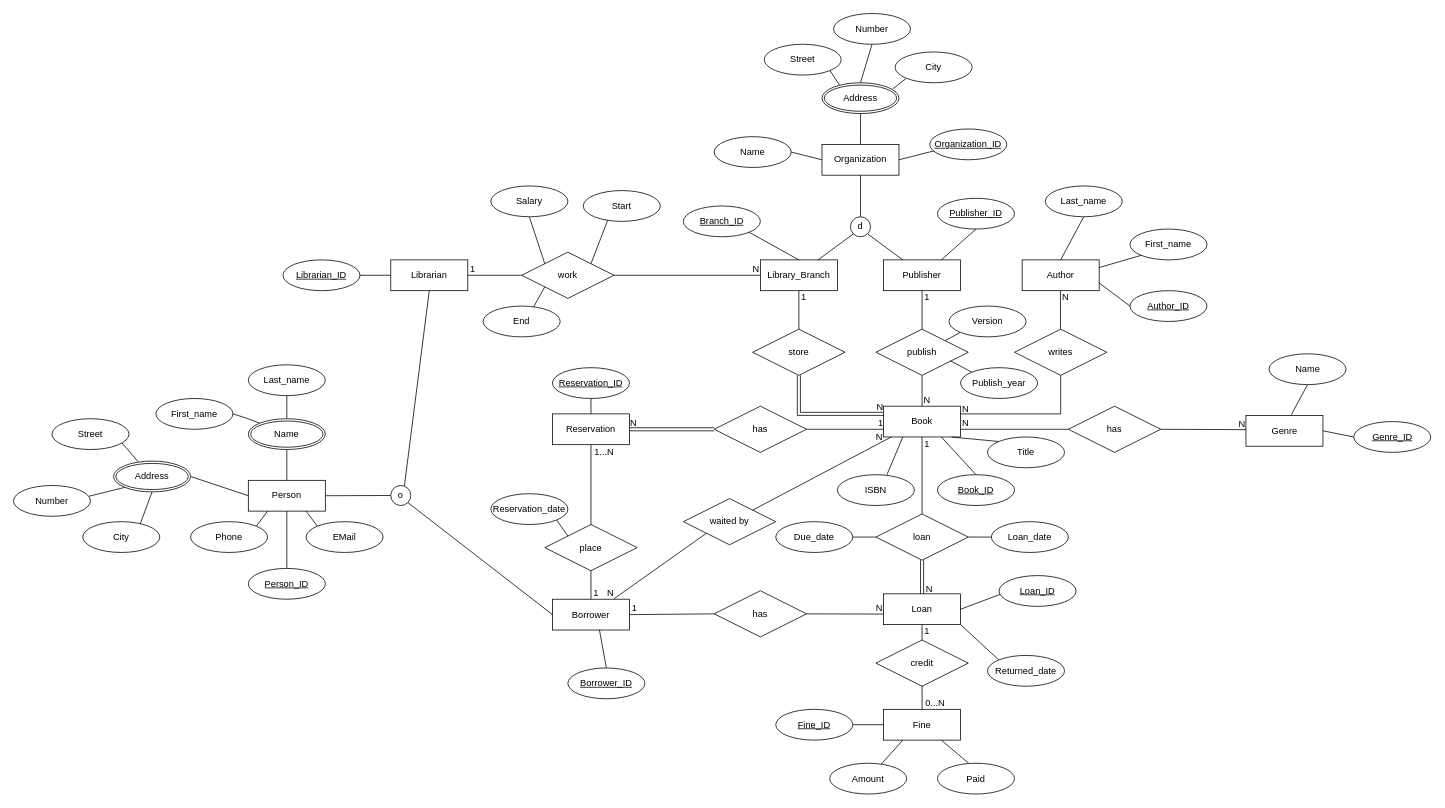
The draw.io diagram ERM/ERM-Diagramm.drawio in YouAndMEME/sose23-database, before the edit. Source tidied: cells renumbered, new cells numbered last; positions are measured from the earlier drawing's top-left corner, leaving out a move shared by most shapes. Both pictures are drawn from the tidied source at 77%, with x=0, y=0 at pixel (13, 13).
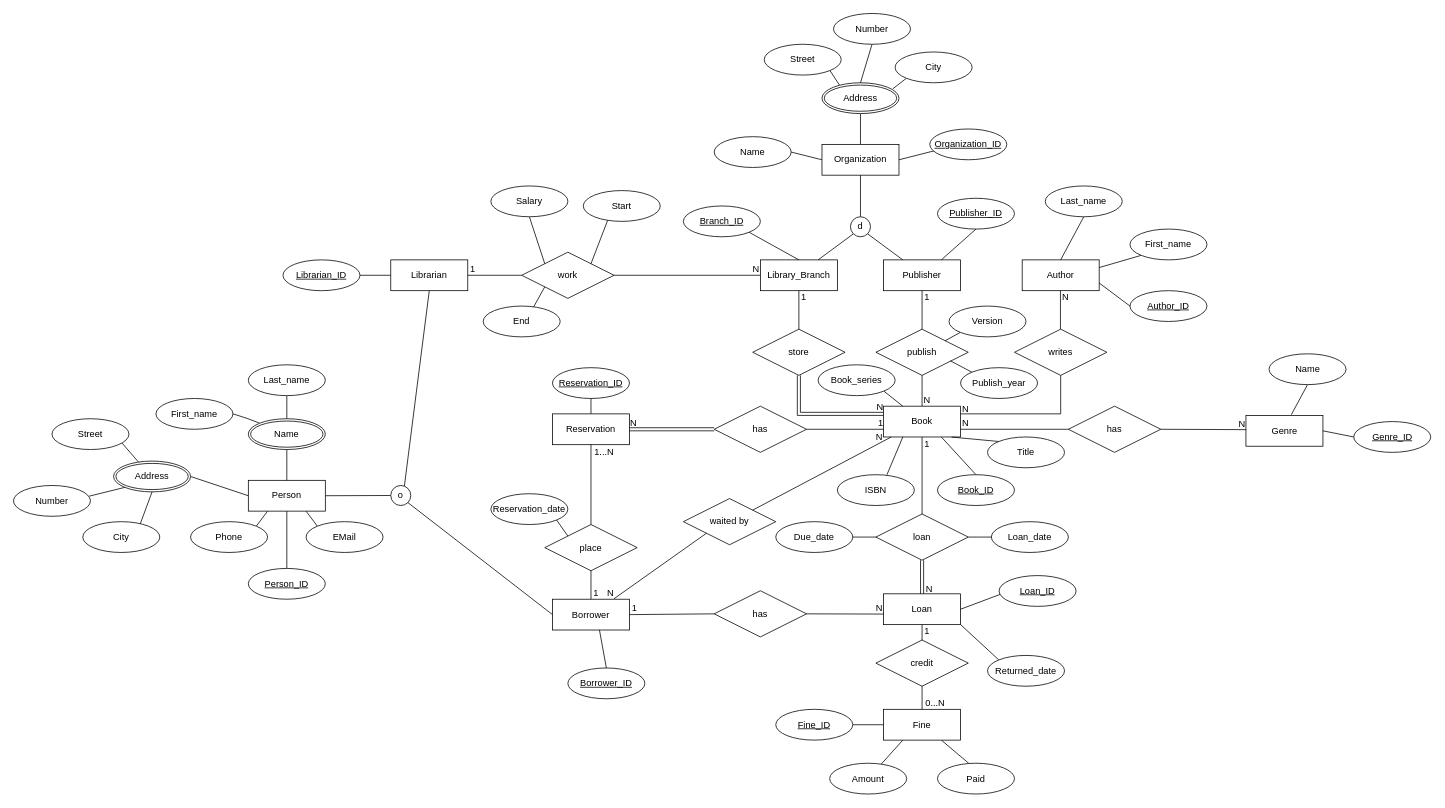
The same diagram, later.

Commit message (it also covers changes not shown here):
Add book_series to erm

Unchanged cells that the change refers to:
```xml
<mxCell id="6" value="Book" style="whiteSpace=wrap;html=1;align=center;" parent="1" vertex="1">
  <mxGeometry x="1130" y="510" width="100" height="40" as="geometry" />
</mxCell>
```

Change to the diagram source:
```diff
@@
+    <mxCell id="163" style="rounded=0;jettySize=auto;html=1;exitX=1;exitY=1;exitDx=0;exitDy=0;entryX=0.25;entryY=0;entryDx=0;entryDy=0;endArrow=none;endFill=0;" parent="1" edge="1" source="164" target="6">
+      <mxGeometry relative="1" as="geometry" />
+    </mxCell>
+    <mxCell id="164" value="Book_series" style="ellipse;whiteSpace=wrap;html=1;align=center;" parent="1" vertex="1">
+      <mxGeometry x="1045" y="456.3" width="100" height="40" as="geometry" />
+    </mxCell>
```
